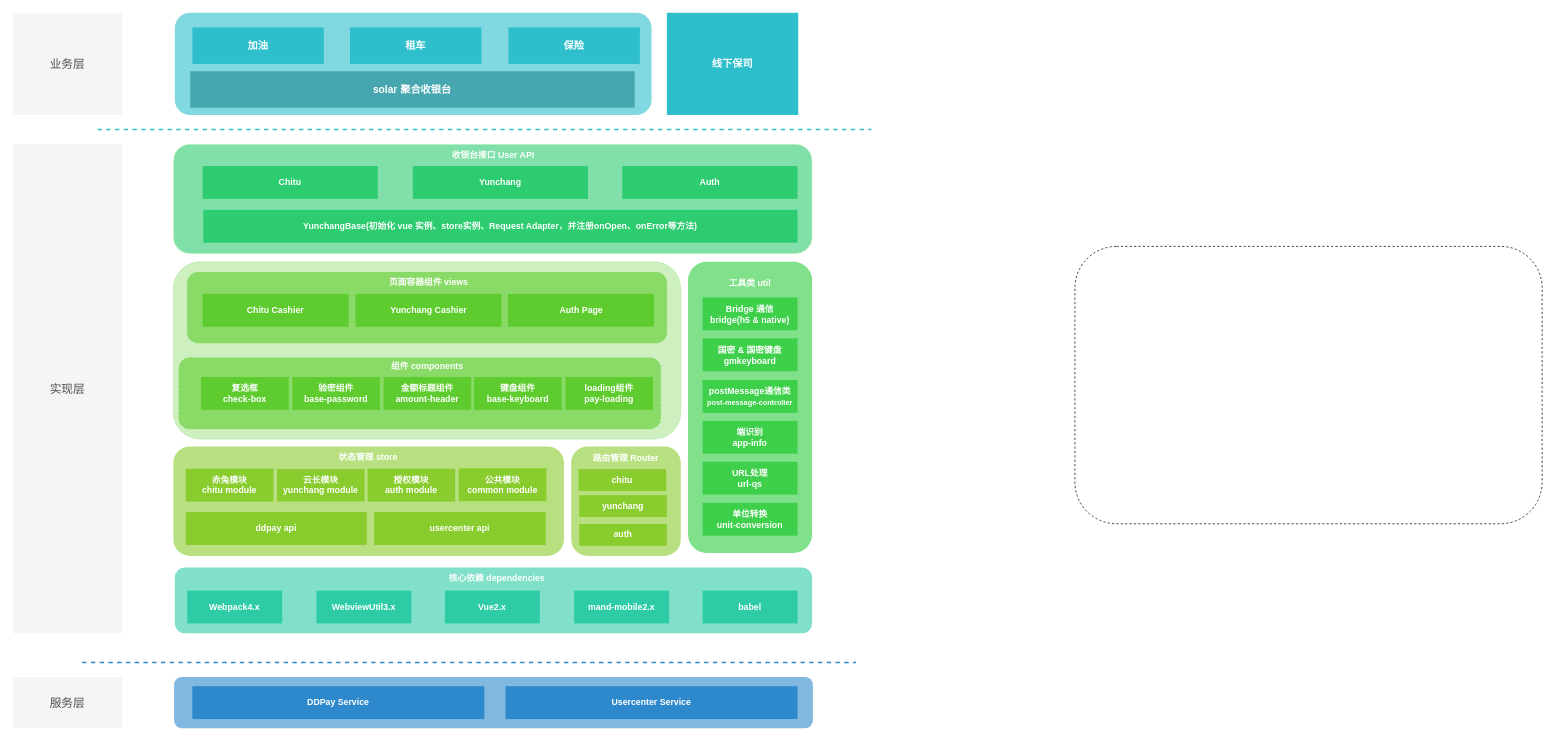
Above: book/未命名绘图.drawio in chengkj99/book (draw.io), before the change. Source tidied: cells renumbered, new cells numbered last; positions are measured from the earlier drawing's top-left corner, leaving out a move shared by most shapes. Both pictures are drawn from the tidied source at 73%, with x=0, y=0 at pixel (12, 12).
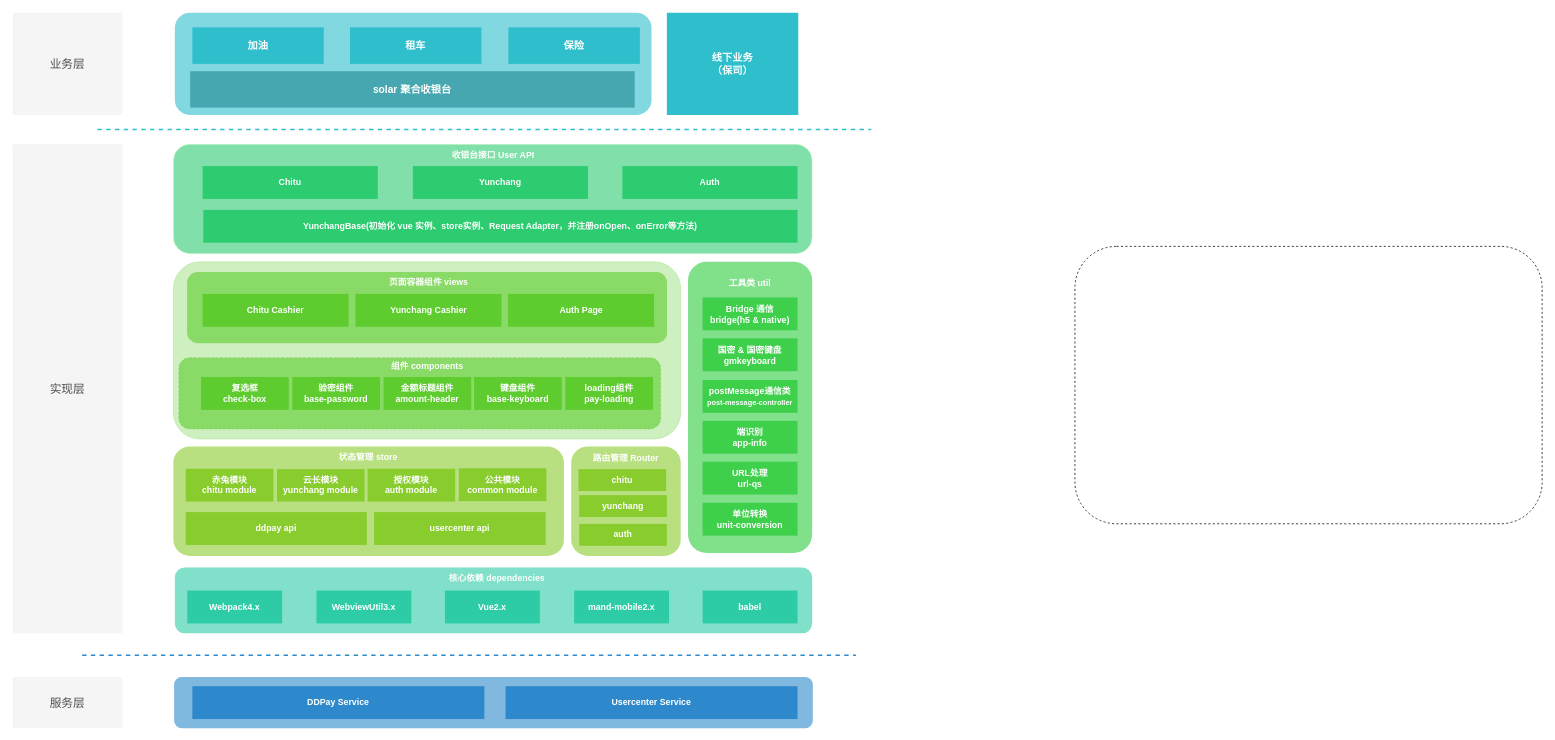
The same diagram, later.

The edit, as a diff of the source:
```diff
@@
-    <mxCell id="19" value="线下保司" style="rounded=0;whiteSpace=wrap;html=1;labelBackgroundColor=none;fillColor=#2ebecc;strokeColor=none;fontSize=14;fontStyle=1;fontColor=#FFFFFF;" parent="1" vertex="1">
+    <mxCell id="19" value="线下业务&lt;br&gt;（保司）" style="rounded=0;whiteSpace=wrap;html=1;labelBackgroundColor=none;fillColor=#2ebecc;strokeColor=none;fontSize=14;fontStyle=1;fontColor=#FFFFFF;" parent="1" vertex="1">
       <mxGeometry x="896" width="180" height="140" as="geometry" />
     </mxCell>
@@
     <mxCell id="47" style="endArrow=none;dashed=1;html=1;rounded=0;labelBackgroundColor=none;fontColor=default;strokeColor=#2E89CC;strokeWidth=2;" parent="1" edge="1">
       <mxGeometry relative="1" as="geometry">
-        <mxPoint x="95" y="890" as="sourcePoint" />
-        <mxPoint x="1155" y="890" as="targetPoint" />
+        <mxPoint x="95" y="880" as="sourcePoint" />
+        <mxPoint x="1155" y="880" as="targetPoint" />
       </mxGeometry>
     </mxCell>
```
